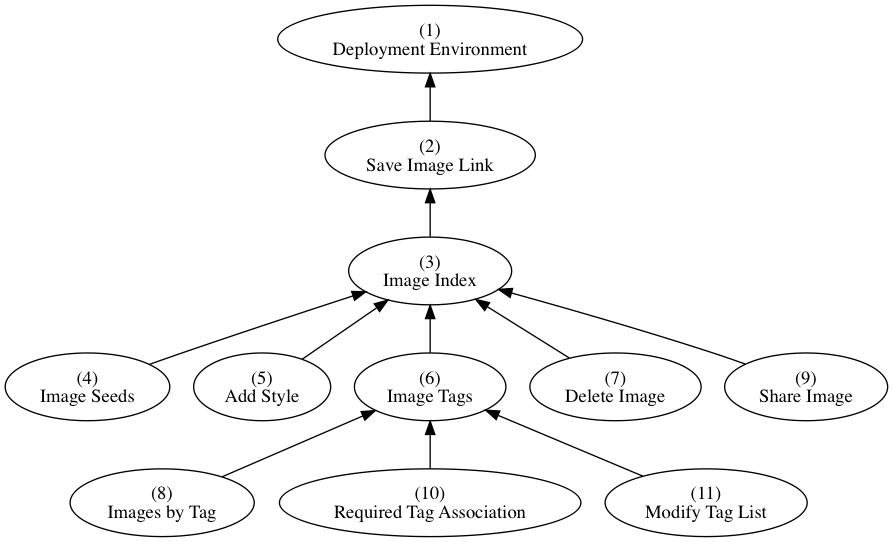
AppFolioOnboarding/tasks keeps this Graphviz diagram as dependencies.png. Above is the earlier version. Its source is kept beside it as dependencies.dot.
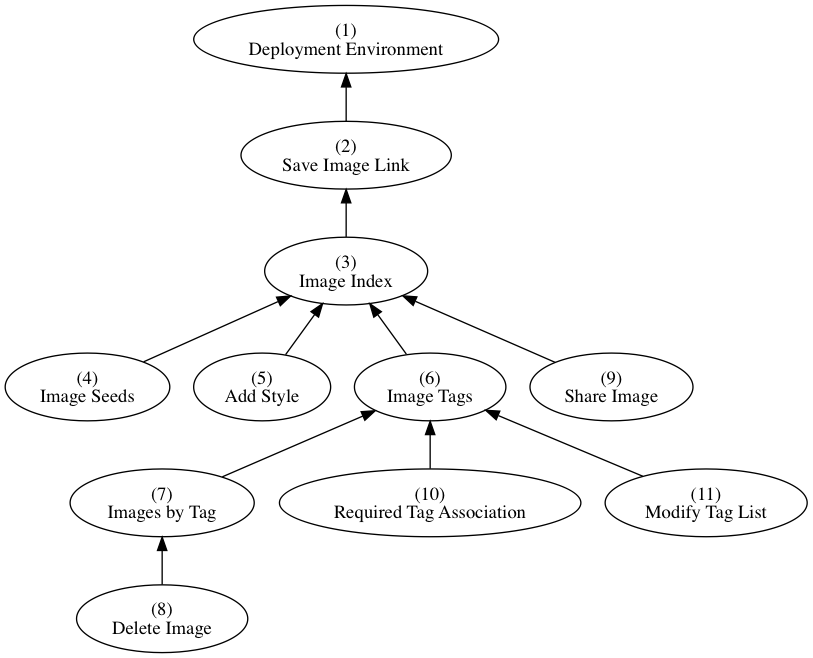
Later version of the same file.

Commit message:
pl - update dependencies graph

Delete image depends both image tags and images by tag

What changed in the source:
```diff
@@ -7,14 +7,14 @@
   "Image Seeds" [label="(4)\nImage Seeds"]
   "Add Style" [label="(5)\nAdd Style"]
   "Image Tags" [label="(6)\nImage Tags"]
-  "Delete Image" [label="(7)\nDelete Image"]
-  "Images by Tag" [label="(8)\nImages by Tag"]
+  "Images by Tag" [label="(7)\nImages by Tag"]
+  "Delete Image" [label="(8)\nDelete Image"]
   "Share Image" [label="(9)\nShare Image"]
   "Required Tag Association" [label="(10)\nRequired Tag Association"]
   "Modify Tag List" [label="(11)\nModify Tag List"]
 
   "Add Style" -> "Image Index"
-  "Delete Image" -> "Image Index"
+  "Delete Image" -> "Images by Tag"
   "Image Index" -> "Save Image Link"
   "Image Seeds" -> "Image Index"
   "Image Tags" -> "Image Index"
```
